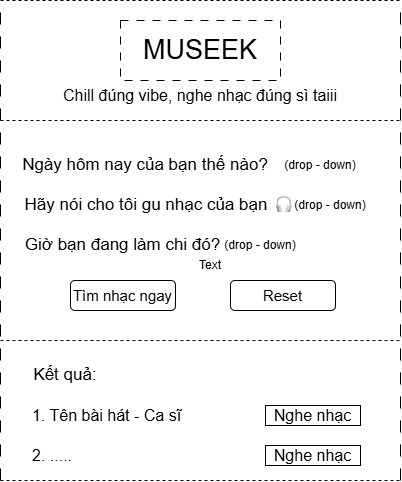
The draw.io diagram docs/wireframe.png in pvq-vn/IT3160_Project, before a commit. Source tidied: cells renumbered, new cells last; positions are measured from the earlier drawing's top-left corner, leaving out a move shared by most shapes.
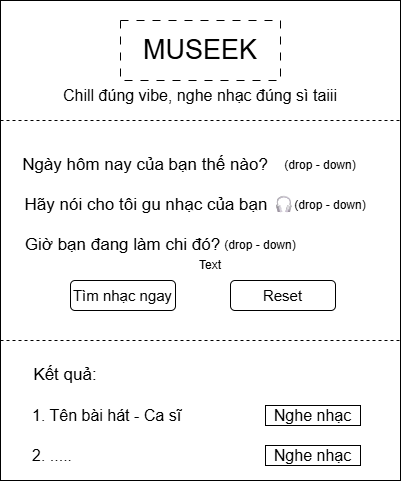
Later version of the same file.

The edit, as a diff of the source:
```diff
@@ -2,6 +2,9 @@
   <root>
     <mxCell id="0" />
     <mxCell id="1" parent="0" />
+    <mxCell id="24" style="rounded=0;whiteSpace=wrap;html=1;" parent="1" vertex="1">
+      <mxGeometry width="400" height="480" as="geometry" />
+    </mxCell>
     <mxCell id="2" style="endArrow=none;html=1;dashed=1;dashPattern=12 12;" parent="1" edge="1">
       <mxGeometry relative="1" as="geometry">
         <mxPoint y="480" as="sourcePoint" />
```
